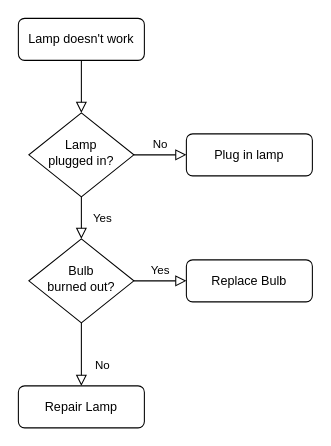
Above: prodDocs/Algoritme/Register.drawio in Conchero/ecf-back (draw.io), before the change. Source tidied: cells renumbered, new cells numbered last; positions are measured from the earlier drawing's top-left corner, leaving out a move shared by most shapes. Both pictures are drawn from the tidied source at 105%, with x=0, y=0 at pixel (18, 18).
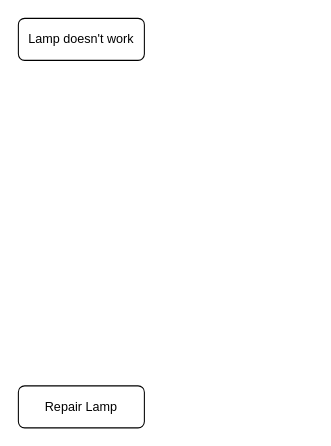
After the change.

Commit message (it also covers changes not shown here):
Mettre à jour Register.drawio

The edit, as a diff of the source:
```diff
@@
 <mxGraphModel>
   <root>
     <mxCell id="0" />
     <mxCell id="1" parent="0" />
-    <mxCell id="2" style="rounded=0;html=1;jettySize=auto;fontSize=11;endArrow=block;endFill=0;endSize=8;strokeWidth=1;shadow=0;labelBackgroundColor=none;edgeStyle=orthogonalEdgeStyle;" parent="1" edge="1" source="3" target="6">
-      <mxGeometry relative="1" as="geometry" />
-    </mxCell>
     <mxCell id="3" value="Lamp doesn't work" style="rounded=1;whiteSpace=wrap;html=1;fontSize=12;glass=0;strokeWidth=1;shadow=0;" parent="1" vertex="1">
       <mxGeometry width="120" height="40" as="geometry" />
     </mxCell>
-    <mxCell id="4" value="Yes" style="rounded=0;html=1;jettySize=auto;fontSize=11;endArrow=block;endFill=0;endSize=8;strokeWidth=1;shadow=0;labelBackgroundColor=none;edgeStyle=orthogonalEdgeStyle;" parent="1" edge="1" source="6" target="10">
-      <mxGeometry y="20" relative="1" as="geometry" />
-    </mxCell>
-    <mxCell id="5" value="No" style="edgeStyle=orthogonalEdgeStyle;rounded=0;html=1;jettySize=auto;fontSize=11;endArrow=block;endFill=0;endSize=8;strokeWidth=1;shadow=0;labelBackgroundColor=none;" parent="1" edge="1" source="6" target="7">
-      <mxGeometry y="10" relative="1" as="geometry" />
-    </mxCell>
-    <mxCell id="6" value="Lamp&lt;br&gt;plugged in?" style="rhombus;whiteSpace=wrap;html=1;shadow=0;fontFamily=Helvetica;fontSize=12;align=center;strokeWidth=1;spacing=6;spacingTop=-4;" parent="1" vertex="1">
-      <mxGeometry x="10" y="90" width="100" height="80" as="geometry" />
-    </mxCell>
-    <mxCell id="7" value="Plug in lamp" style="rounded=1;whiteSpace=wrap;html=1;fontSize=12;glass=0;strokeWidth=1;shadow=0;" parent="1" vertex="1">
-      <mxGeometry x="160" y="110" width="120" height="40" as="geometry" />
-    </mxCell>
-    <mxCell id="8" value="No" style="rounded=0;html=1;jettySize=auto;fontSize=11;endArrow=block;endFill=0;endSize=8;strokeWidth=1;shadow=0;labelBackgroundColor=none;edgeStyle=orthogonalEdgeStyle;" parent="1" edge="1" source="10" target="11">
-      <mxGeometry x="0.33" y="20" relative="1" as="geometry" />
-    </mxCell>
-    <mxCell id="9" value="Yes" style="edgeStyle=orthogonalEdgeStyle;rounded=0;html=1;jettySize=auto;fontSize=11;endArrow=block;endFill=0;endSize=8;strokeWidth=1;shadow=0;labelBackgroundColor=none;" parent="1" edge="1" source="10" target="12">
-      <mxGeometry y="10" relative="1" as="geometry" />
-    </mxCell>
-    <mxCell id="10" value="Bulb&lt;br&gt;burned out?" style="rhombus;whiteSpace=wrap;html=1;shadow=0;fontFamily=Helvetica;fontSize=12;align=center;strokeWidth=1;spacing=6;spacingTop=-4;" parent="1" vertex="1">
-      <mxGeometry x="10" y="210" width="100" height="80" as="geometry" />
-    </mxCell>
     <mxCell id="11" value="Repair Lamp" style="rounded=1;whiteSpace=wrap;html=1;fontSize=12;glass=0;strokeWidth=1;shadow=0;" parent="1" vertex="1">
       <mxGeometry y="350" width="120" height="40" as="geometry" />
     </mxCell>
-    <mxCell id="12" value="Replace Bulb" style="rounded=1;whiteSpace=wrap;html=1;fontSize=12;glass=0;strokeWidth=1;shadow=0;" parent="1" vertex="1">
-      <mxGeometry x="160" y="230" width="120" height="40" as="geometry" />
-    </mxCell>
   </root>
 </mxGraphModel>
```
